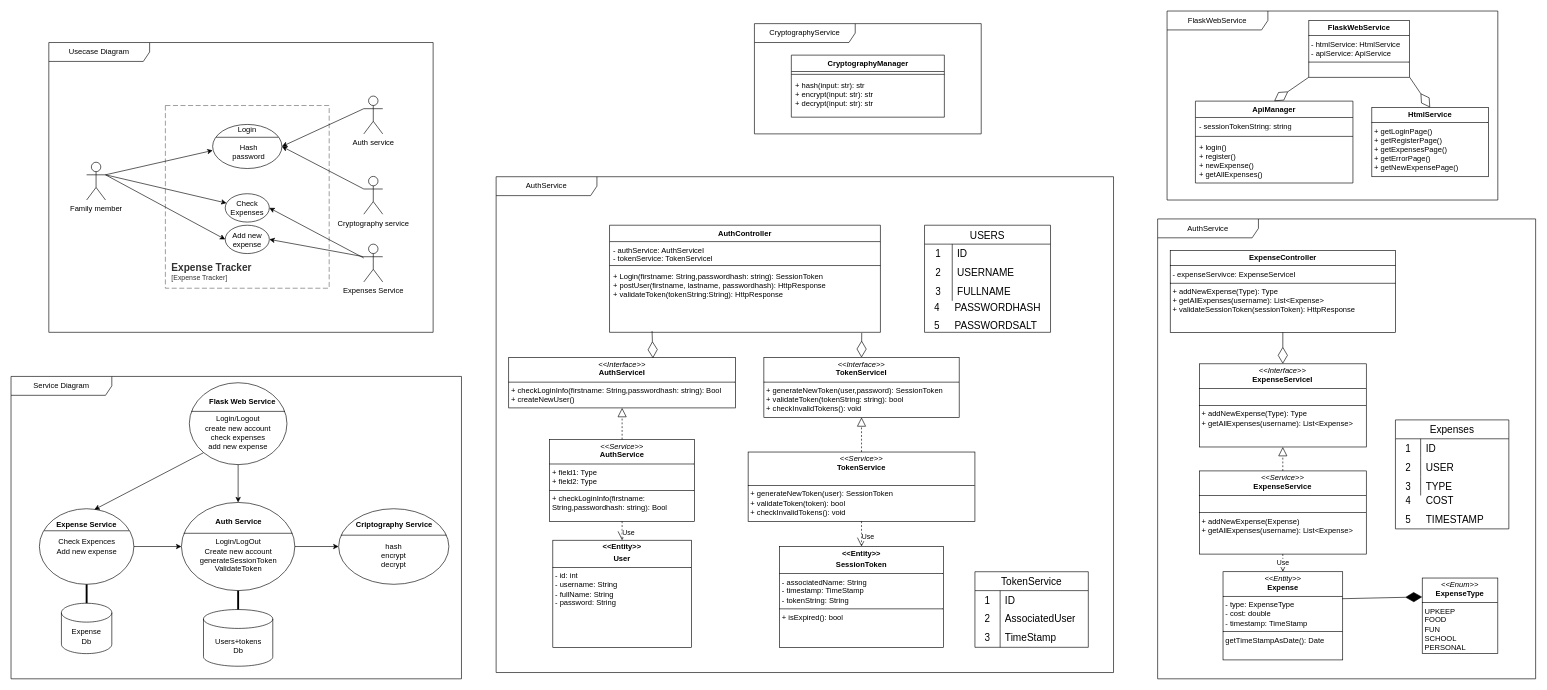
This is lab4/diagrama.drawio from gsg211/DistributedSystemsLab, a draw.io file, before an edit. Source tidied: cells renumbered, new cells numbered last; positions are measured from the earlier drawing's top-left corner, leaving out a move shared by most shapes. Both pictures are drawn from the tidied source at 63%, with x=0, y=0 at pixel (11, 11).
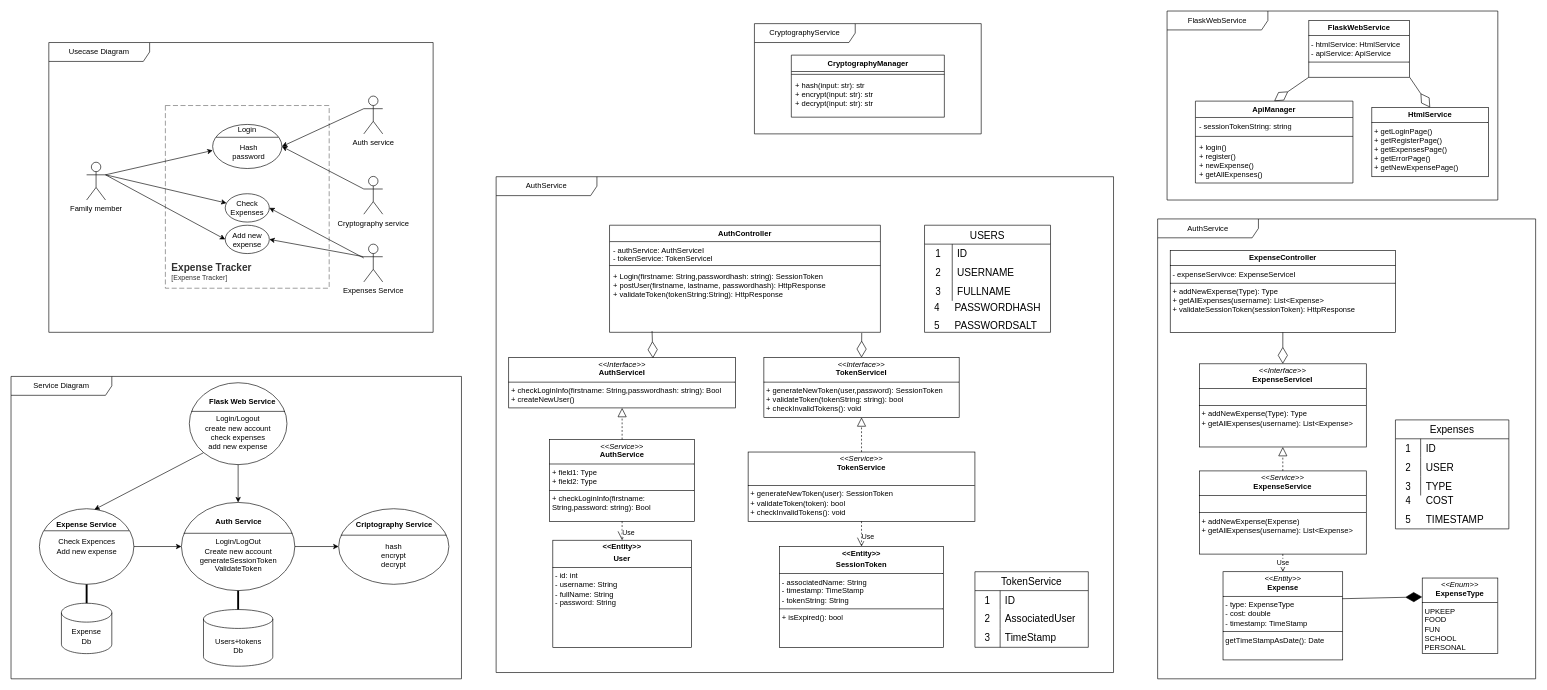
Above is the later version.

The change refers to these unchanged cells:
```xml
<mxCell id="63" style="group;rounded=0;" parent="61" vertex="1">
  <mxGeometry width="360" height="260" as="geometry" />
</mxCell>
```

Change to the diagram source:
```diff
@@
-    <mxCell id="64" value="&lt;p style=&quot;margin:0px;margin-top:4px;text-align:center;&quot;&gt;&lt;i&gt;&amp;lt;&amp;lt;Service&amp;gt;&amp;gt;&lt;/i&gt;&lt;br&gt;&lt;b&gt;AuthService&lt;/b&gt;&lt;/p&gt;&lt;hr size=&quot;1&quot; style=&quot;border-style:solid;&quot;&gt;&lt;p style=&quot;margin:0px;margin-left:4px;&quot;&gt;+ field1: Type&lt;br&gt;+ field2: Type&lt;/p&gt;&lt;hr size=&quot;1&quot; style=&quot;border-style:solid;&quot;&gt;&lt;p style=&quot;margin:0px;margin-left:4px;&quot;&gt;+ checkLoginInfo(firstname: String,passwordhash: string): Bool&lt;/p&gt;" style="verticalAlign=top;align=left;overflow=fill;html=1;whiteSpace=wrap;rounded=0;" parent="63" vertex="1">
+    <mxCell id="64" value="&lt;p style=&quot;margin:0px;margin-top:4px;text-align:center;&quot;&gt;&lt;i&gt;&amp;lt;&amp;lt;Service&amp;gt;&amp;gt;&lt;/i&gt;&lt;br&gt;&lt;b&gt;AuthService&lt;/b&gt;&lt;/p&gt;&lt;hr size=&quot;1&quot; style=&quot;border-style:solid;&quot;&gt;&lt;p style=&quot;margin:0px;margin-left:4px;&quot;&gt;+ field1: Type&lt;br&gt;+ field2: Type&lt;/p&gt;&lt;hr size=&quot;1&quot; style=&quot;border-style:solid;&quot;&gt;&lt;p style=&quot;margin:0px;margin-left:4px;&quot;&gt;+ checkLoginInfo(firstname: String,password: string): Bool&lt;/p&gt;" style="verticalAlign=top;align=left;overflow=fill;html=1;whiteSpace=wrap;rounded=0;" parent="63" vertex="1">
       <mxGeometry x="65" y="130" width="230" height="130" as="geometry" />
     </mxCell>
```
